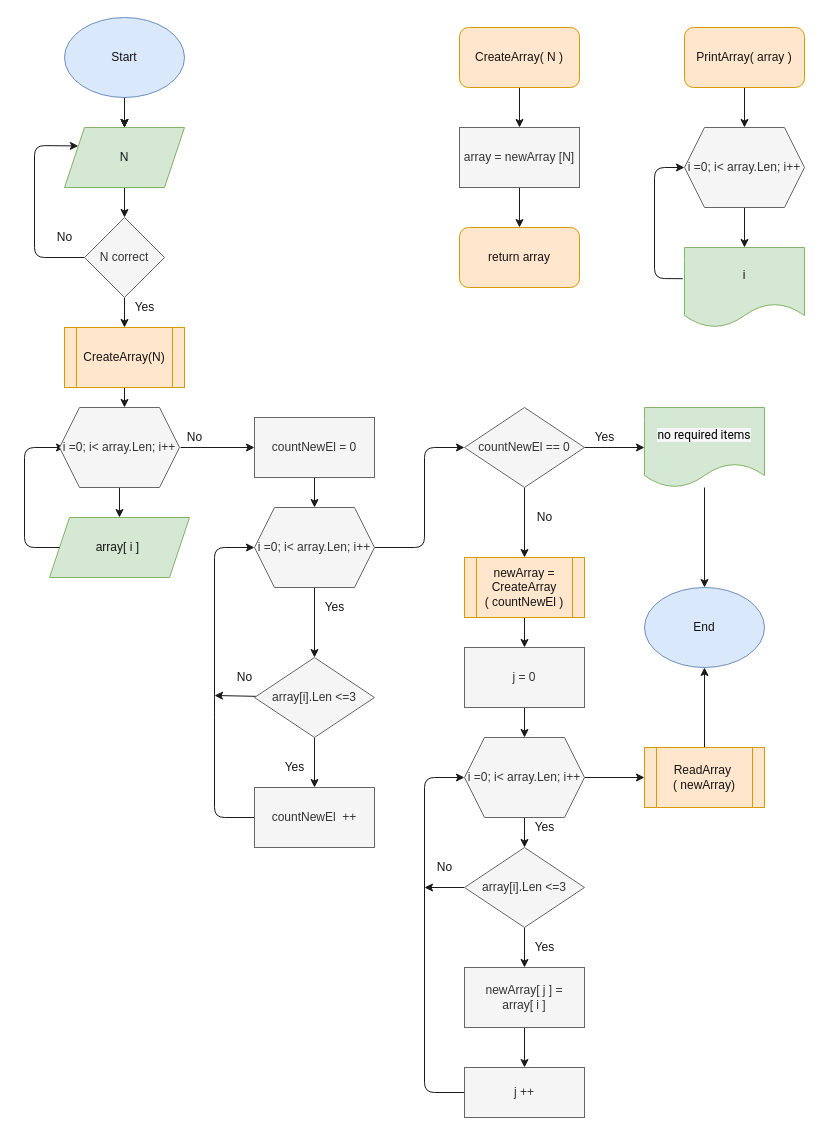
The draw.io diagram Control1/control1.drawio in Artur-by/GeekBrainsControlWork, before the edit. Source tidied: cells renumbered, new cells numbered last; positions are measured from the earlier drawing's top-left corner, leaving out a move shared by most shapes. Both pictures are drawn from the tidied source at 100%, with x=0, y=0 at pixel (24, 17).
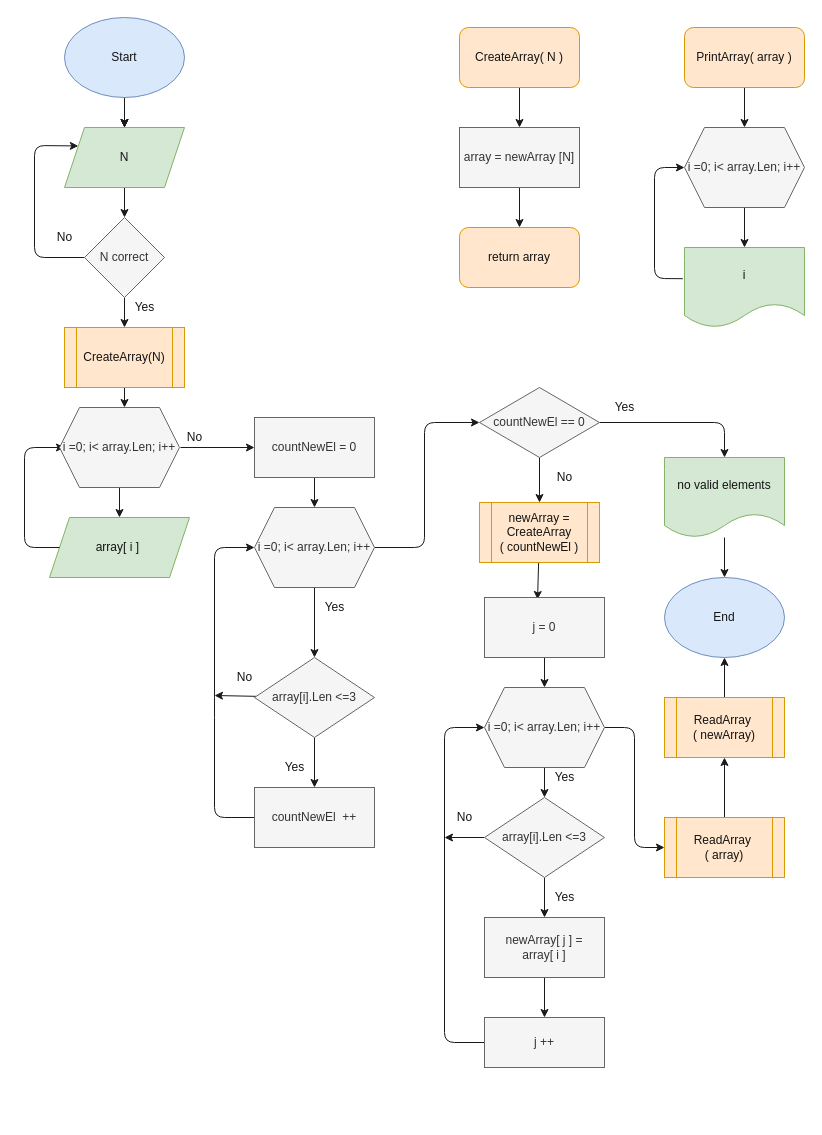
The same diagram, later.

Commit message (it also covers changes not shown here):
Corrected data output according to the example, add in gitignore drawio file

The change refers to these unchanged cells:
```xml
<mxCell id="22" value="i =0; i&amp;lt; array.Len; i++" style="shape=hexagon;perimeter=hexagonPerimeter2;whiteSpace=wrap;html=1;fixedSize=1;fontColor=#333333;fillColor=#f5f5f5;strokeColor=#666666;" parent="1" vertex="1">
  <mxGeometry x="230" y="490" width="120" height="80" as="geometry" />
</mxCell>
```

What changed in the source:
```diff
@@
-    <mxCell id="21" style="edgeStyle=none;html=1;exitX=1;exitY=0.5;exitDx=0;exitDy=0;fontColor=#141414;strokeColor=#1A1A1A;entryX=0;entryY=0.5;entryDx=0;entryDy=0;" parent="1" edge="1" source="22" target="60">
+    <mxCell id="21" style="edgeStyle=none;html=1;entryX=0;entryY=0.5;entryDx=0;entryDy=0;fontSize=12;fontColor=#141414;strokeColor=#1A1A1A;exitX=1;exitY=0.5;exitDx=0;exitDy=0;" parent="1" edge="1" source="22" target="60">
       <mxGeometry relative="1" as="geometry">
         <Array as="points">
           <mxPoint x="400" y="530" />
-          <mxPoint x="400" y="430" />
+          <mxPoint x="400" y="405" />
         </Array>
       </mxGeometry>
     </mxCell>
@@
-    <mxCell id="29" style="edgeStyle=none;html=1;fontColor=#141414;strokeColor=#1A1A1A;" parent="1" edge="1" source="30">
-      <mxGeometry relative="1" as="geometry">
-        <mxPoint x="500" y="630" as="targetPoint" />
-      </mxGeometry>
-    </mxCell>
+    <mxCell id="72" style="edgeStyle=none;html=1;entryX=0.442;entryY=0.033;entryDx=0;entryDy=0;entryPerimeter=0;fontSize=12;fontColor=#141414;strokeColor=#1A1A1A;" parent="1" edge="1" source="30" target="35">
+      <mxGeometry relative="1" as="geometry" />
+    </mxCell>
     <mxCell id="30" value="&lt;font color=&quot;#141414&quot;&gt;newArray = CreateArray&lt;br&gt;( countNewEl )&lt;/font&gt;" style="shape=process;whiteSpace=wrap;html=1;backgroundOutline=1;fillColor=#ffe6cc;strokeColor=#d79b00;" parent="1" vertex="1">
-      <mxGeometry x="440" y="540" width="120" height="60" as="geometry" />
+      <mxGeometry x="455" y="485" width="120" height="60" as="geometry" />
     </mxCell>
     <mxCell id="31" style="edgeStyle=none;html=1;entryX=0.5;entryY=0;entryDx=0;entryDy=0;fontColor=#141414;strokeColor=#1A1A1A;" parent="1" edge="1" source="33">
       <mxGeometry relative="1" as="geometry">
-        <mxPoint x="500" y="830" as="targetPoint" />
+        <mxPoint x="520" y="780" as="targetPoint" />
       </mxGeometry>
     </mxCell>
-    <mxCell id="32" style="edgeStyle=none;html=1;entryX=0;entryY=0.5;entryDx=0;entryDy=0;fontColor=#141414;strokeColor=#1A1A1A;" parent="1" edge="1" source="33" target="47">
-      <mxGeometry relative="1" as="geometry" />
+    <mxCell id="32" style="edgeStyle=none;html=1;entryX=0;entryY=0.5;entryDx=0;entryDy=0;fontColor=#141414;strokeColor=#1A1A1A;exitX=1;exitY=0.5;exitDx=0;exitDy=0;" parent="1" edge="1" source="33" target="47">
+      <mxGeometry relative="1" as="geometry">
+        <Array as="points">
+          <mxPoint x="610" y="710" />
+          <mxPoint x="610" y="830" />
+        </Array>
+      </mxGeometry>
     </mxCell>
     <mxCell id="33" value="i =0; i&amp;lt; array.Len; i++" style="shape=hexagon;perimeter=hexagonPerimeter2;whiteSpace=wrap;html=1;fixedSize=1;fontColor=#333333;fillColor=#f5f5f5;strokeColor=#666666;" parent="1" vertex="1">
-      <mxGeometry x="440" y="720" width="120" height="80" as="geometry" />
+      <mxGeometry x="460" y="670" width="120" height="80" as="geometry" />
     </mxCell>
@@
     <mxCell id="35" value="j = 0" style="whiteSpace=wrap;html=1;fillColor=#f5f5f5;strokeColor=#666666;fontColor=#333333;" parent="1" vertex="1">
-      <mxGeometry x="440" y="630" width="120" height="60" as="geometry" />
+      <mxGeometry x="460" y="580" width="120" height="60" as="geometry" />
     </mxCell>
@@
     <mxCell id="37" value="&lt;span&gt;newArray[ j ] = &lt;br&gt;array[ i ]&lt;/span&gt;" style="whiteSpace=wrap;html=1;fillColor=#f5f5f5;strokeColor=#666666;fontColor=#333333;" parent="1" vertex="1">
-      <mxGeometry x="440" y="950" width="120" height="60" as="geometry" />
+      <mxGeometry x="460" y="900" width="120" height="60" as="geometry" />
     </mxCell>
     <mxCell id="38" style="edgeStyle=none;html=1;exitX=0;exitY=0.5;exitDx=0;exitDy=0;entryX=0;entryY=0.5;entryDx=0;entryDy=0;fontColor=#141414;strokeColor=#1A1A1A;" parent="1" edge="1" source="39" target="33">
       <mxGeometry relative="1" as="geometry">
         <Array as="points">
-          <mxPoint x="400" y="1075" />
-          <mxPoint x="400" y="760" />
+          <mxPoint x="420" y="1025" />
+          <mxPoint x="420" y="710" />
         </Array>
       </mxGeometry>
     </mxCell>
     <mxCell id="39" value="j ++" style="whiteSpace=wrap;html=1;fillColor=#f5f5f5;strokeColor=#666666;fontColor=#333333;" parent="1" vertex="1">
-      <mxGeometry x="440" y="1050" width="120" height="50" as="geometry" />
+      <mxGeometry x="460" y="1000" width="120" height="50" as="geometry" />
     </mxCell>
@@
-    <mxCell id="46" style="edgeStyle=none;html=1;entryX=0.5;entryY=1;entryDx=0;entryDy=0;fontSize=10;fontColor=#141414;strokeColor=#1A1A1A;" parent="1" edge="1" source="47" target="48">
-      <mxGeometry relative="1" as="geometry" />
-    </mxCell>
+    <mxCell id="73" style="edgeStyle=none;html=1;entryX=0.5;entryY=1;entryDx=0;entryDy=0;fontSize=12;fontColor=#141414;strokeColor=#1A1A1A;" parent="1" edge="1" source="47" target="75">
+      <mxGeometry relative="1" as="geometry" />
+    </mxCell>
-    <mxCell id="47" value="&lt;font color=&quot;#141414&quot;&gt;ReadArray&amp;nbsp;&lt;br&gt;( newArray)&lt;/font&gt;" style="shape=process;whiteSpace=wrap;html=1;backgroundOutline=1;fillColor=#ffe6cc;strokeColor=#d79b00;" parent="1" vertex="1">
-      <mxGeometry x="620" y="730" width="120" height="60" as="geometry" />
+    <mxCell id="47" value="&lt;font color=&quot;#141414&quot;&gt;ReadArray&amp;nbsp;&lt;br&gt;( array)&lt;/font&gt;" style="shape=process;whiteSpace=wrap;html=1;backgroundOutline=1;fillColor=#ffe6cc;strokeColor=#d79b00;" parent="1" vertex="1">
+      <mxGeometry x="640" y="800" width="120" height="60" as="geometry" />
     </mxCell>
     <mxCell id="48" value="&lt;font color=&quot;#141414&quot;&gt;End&lt;/font&gt;" style="ellipse;whiteSpace=wrap;html=1;fillColor=#dae8fc;strokeColor=#6c8ebf;" parent="1" vertex="1">
-      <mxGeometry x="620" y="570" width="120" height="80" as="geometry" />
+      <mxGeometry x="640" y="560" width="120" height="80" as="geometry" />
     </mxCell>
@@
     <mxCell id="51" style="edgeStyle=none;html=1;fontColor=#141414;strokeColor=#1A1A1A;" parent="1" edge="1" source="52">
       <mxGeometry relative="1" as="geometry">
-        <mxPoint x="400" y="870" as="targetPoint" />
+        <mxPoint x="420" y="820" as="targetPoint" />
       </mxGeometry>
     </mxCell>
     <mxCell id="52" value="array[i].Len &amp;lt;=3" style="rhombus;whiteSpace=wrap;html=1;fillColor=#f5f5f5;strokeColor=#666666;fontColor=#333333;" parent="1" vertex="1">
-      <mxGeometry x="440" y="830" width="120" height="80" as="geometry" />
+      <mxGeometry x="460" y="780" width="120" height="80" as="geometry" />
     </mxCell>
     <mxCell id="53" value="No" style="text;html=1;align=center;verticalAlign=middle;strokeColor=none;fillColor=none;fontColor=#141414;" parent="1" vertex="1">
-      <mxGeometry x="405" y="840" width="30" height="20" as="geometry" />
+      <mxGeometry x="425" y="790" width="30" height="20" as="geometry" />
     </mxCell>
     <mxCell id="54" value="Yes" style="text;html=1;align=center;verticalAlign=middle;strokeColor=none;fillColor=none;fontColor=#141414;" parent="1" vertex="1">
-      <mxGeometry x="500" y="920" width="40" height="20" as="geometry" />
+      <mxGeometry x="520" y="870" width="40" height="20" as="geometry" />
     </mxCell>
@@
     <mxCell id="57" value="Yes" style="text;html=1;align=center;verticalAlign=middle;strokeColor=none;fillColor=none;fontColor=#141414;" parent="1" vertex="1">
-      <mxGeometry x="500" y="800" width="40" height="20" as="geometry" />
+      <mxGeometry x="520" y="750" width="40" height="20" as="geometry" />
     </mxCell>
-    <mxCell id="58" style="edgeStyle=none;html=1;entryX=0.5;entryY=0;entryDx=0;entryDy=0;fontColor=#141414;strokeColor=#1A1A1A;" parent="1" edge="1" source="60" target="30">
-      <mxGeometry relative="1" as="geometry" />
-    </mxCell>
-    <mxCell id="59" style="edgeStyle=none;html=1;fontColor=#141414;strokeColor=#1A1A1A;entryX=0;entryY=0.5;entryDx=0;entryDy=0;" parent="1" edge="1" source="60" target="63">
-      <mxGeometry relative="1" as="geometry" />
-    </mxCell>
-    <mxCell id="60" value="countNewEl == 0" style="rhombus;whiteSpace=wrap;html=1;fillColor=#f5f5f5;strokeColor=#666666;fontColor=#333333;" parent="1" vertex="1">
-      <mxGeometry x="440" y="390" width="120" height="80" as="geometry" />
-    </mxCell>
-    <mxCell id="61" value="No" style="text;html=1;align=center;verticalAlign=middle;strokeColor=none;fillColor=none;fontColor=#141414;" parent="1" vertex="1">
-      <mxGeometry x="505" y="490" width="30" height="20" as="geometry" />
-    </mxCell>
-    <mxCell id="62" style="edgeStyle=none;html=1;entryX=0.5;entryY=0;entryDx=0;entryDy=0;fontSize=10;fontColor=#141414;strokeColor=#1A1A1A;" parent="1" edge="1" source="63" target="48">
-      <mxGeometry relative="1" as="geometry" />
-    </mxCell>
-    <mxCell id="63" value="&lt;span style=&quot;color: rgb(0 , 0 , 0) ; font-family: &amp;#34;roboto&amp;#34; , &amp;#34;robotodraft&amp;#34; , &amp;#34;helvetica&amp;#34; , &amp;#34;arial&amp;#34; , sans-serif ; background-color: rgb(245 , 245 , 245)&quot;&gt;&lt;font style=&quot;font-size: 12px&quot;&gt;no required items&lt;/font&gt;&lt;/span&gt;" style="shape=document;whiteSpace=wrap;html=1;boundedLbl=1;fillColor=#d5e8d4;strokeColor=#82b366;" parent="1" vertex="1">
-      <mxGeometry x="620" y="390" width="120" height="80" as="geometry" />
-    </mxCell>
-    <mxCell id="64" value="Yes" style="text;html=1;align=center;verticalAlign=middle;strokeColor=none;fillColor=none;fontSize=12;fontColor=#141414;" parent="1" vertex="1">
-      <mxGeometry x="560" y="410" width="40" height="20" as="geometry" />
-    </mxCell>
@@
+    <mxCell id="74" style="edgeStyle=none;html=1;exitX=0.5;exitY=0;exitDx=0;exitDy=0;entryX=0.5;entryY=1;entryDx=0;entryDy=0;fontSize=12;fontColor=#141414;strokeColor=#1A1A1A;" parent="1" edge="1" source="75" target="48">
+      <mxGeometry relative="1" as="geometry" />
+    </mxCell>
+    <mxCell id="75" value="&lt;font color=&quot;#141414&quot;&gt;ReadArray&amp;nbsp;&lt;br&gt;( newArray)&lt;/font&gt;" style="shape=process;whiteSpace=wrap;html=1;backgroundOutline=1;fillColor=#ffe6cc;strokeColor=#d79b00;" parent="1" vertex="1">
+      <mxGeometry x="640" y="680" width="120" height="60" as="geometry" />
+    </mxCell>
+    <mxCell id="58" style="edgeStyle=none;html=1;entryX=0.5;entryY=0;entryDx=0;entryDy=0;fontSize=12;fontColor=#141414;strokeColor=#1A1A1A;" parent="1" edge="1" source="60" target="30">
+      <mxGeometry relative="1" as="geometry" />
+    </mxCell>
+    <mxCell id="76" style="edgeStyle=none;html=1;exitX=1;exitY=0.5;exitDx=0;exitDy=0;fontSize=12;fontColor=#141414;strokeColor=#1A1A1A;entryX=0.5;entryY=0;entryDx=0;entryDy=0;" parent="1" edge="1" source="60" target="78">
+      <mxGeometry relative="1" as="geometry">
+        <Array as="points">
+          <mxPoint x="700" y="405" />
+        </Array>
+      </mxGeometry>
+    </mxCell>
+    <mxCell id="60" value="countNewEl == 0" style="rhombus;whiteSpace=wrap;html=1;fillColor=#f5f5f5;strokeColor=#666666;fontColor=#333333;" parent="1" vertex="1">
+      <mxGeometry x="455" y="370" width="120" height="70" as="geometry" />
+    </mxCell>
+    <mxCell id="61" value="No" style="text;html=1;align=center;verticalAlign=middle;strokeColor=none;fillColor=none;fontSize=12;fontColor=#141414;" parent="1" vertex="1">
+      <mxGeometry x="525" y="450" width="30" height="20" as="geometry" />
+    </mxCell>
+    <mxCell id="77" style="edgeStyle=none;html=1;entryX=0.5;entryY=0;entryDx=0;entryDy=0;fontSize=12;fontColor=#141414;strokeColor=#1A1A1A;" parent="1" edge="1" source="78" target="48">
+      <mxGeometry relative="1" as="geometry" />
+    </mxCell>
+    <mxCell id="78" value="&lt;font color=&quot;#141414&quot;&gt;no valid elements&lt;/font&gt;" style="shape=document;whiteSpace=wrap;html=1;boundedLbl=1;fillColor=#d5e8d4;strokeColor=#82b366;" parent="1" vertex="1">
+      <mxGeometry x="640" y="440" width="120" height="80" as="geometry" />
+    </mxCell>
+    <mxCell id="64" value="Yes" style="text;html=1;align=center;verticalAlign=middle;strokeColor=none;fillColor=none;fontSize=12;fontColor=#141414;" parent="1" vertex="1">
+      <mxGeometry x="580" y="380" width="40" height="20" as="geometry" />
+    </mxCell>
```
